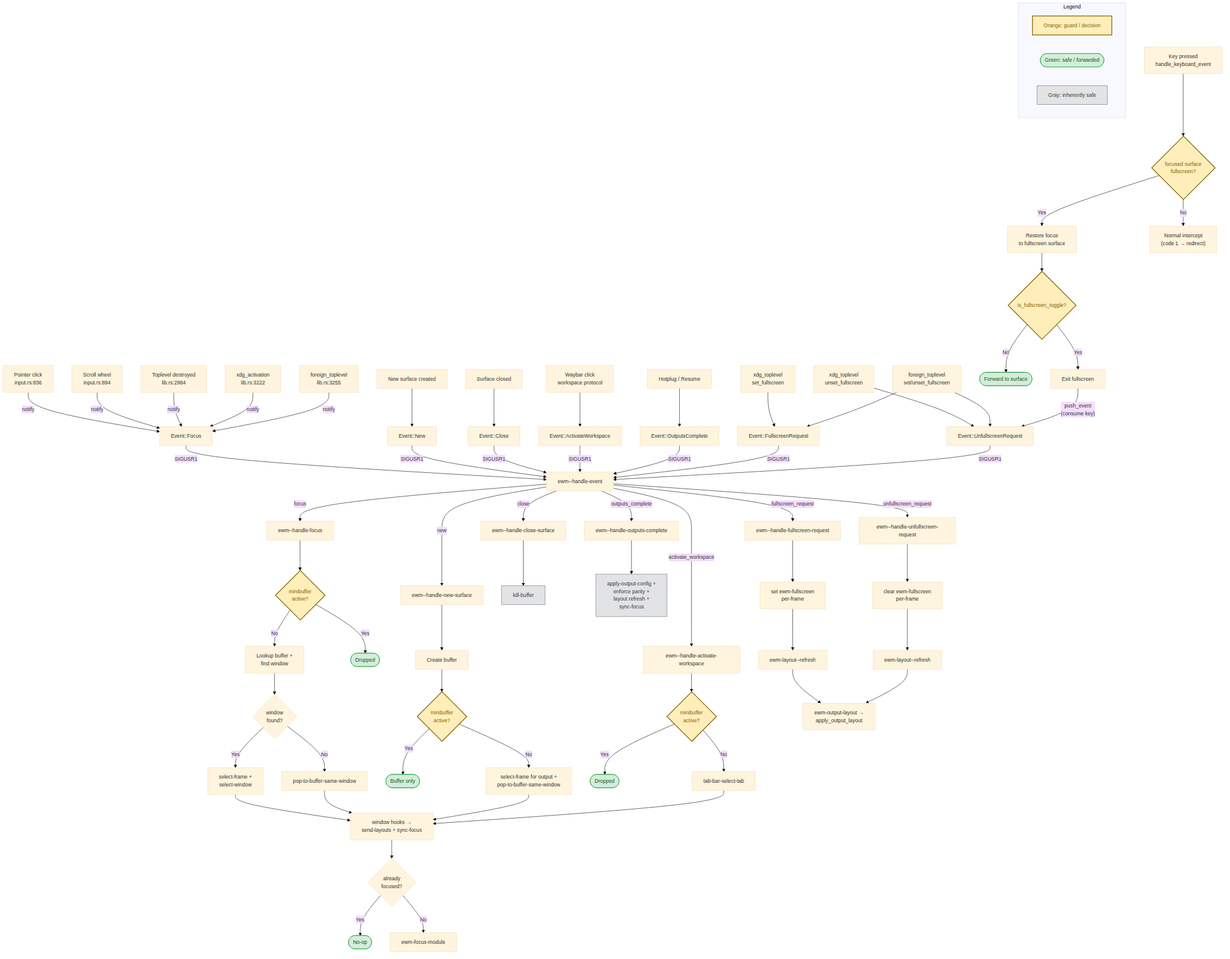
Above: docs/diagrams/refocus.png in ezemtsov/ewm (Mermaid), before the change. Its source is kept beside it as docs/diagrams/refocus.mmd.
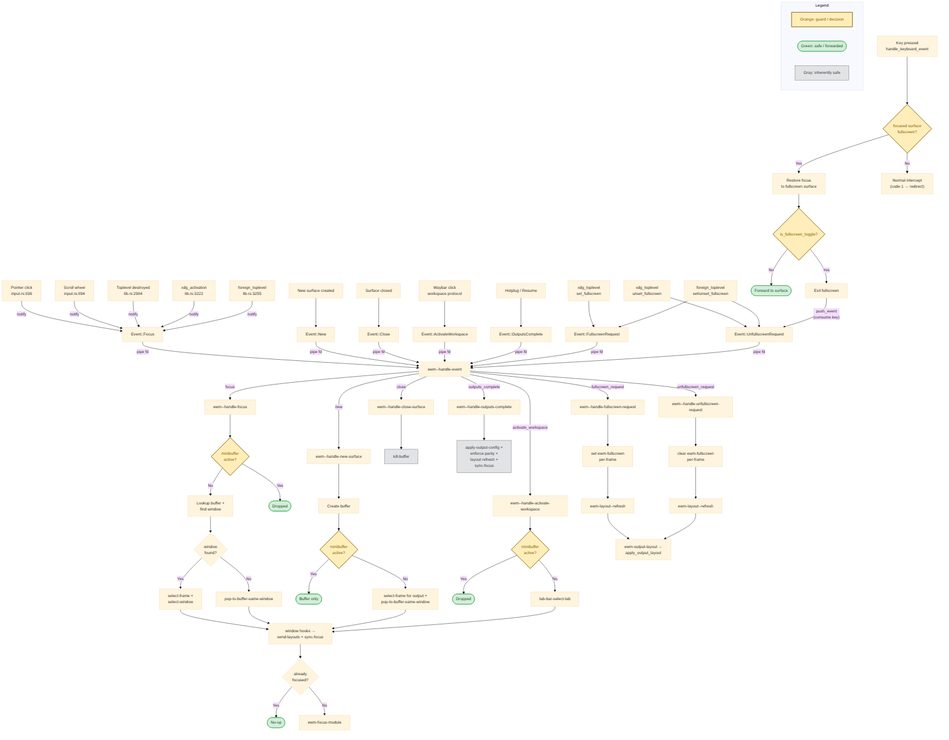
After the change.

Commit message:
docs: update event delivery references from SIGUSR1 to pipe fd

What changed in the source:
```diff
@@ -35,13 +35,13 @@
     foreign_fs --> fsev
     foreign_fs --> unfsev
 
-    focusev -->|SIGUSR1| dispatch
-    newev -->|SIGUSR1| dispatch
-    closeev -->|SIGUSR1| dispatch
-    wsev -->|SIGUSR1| dispatch
-    outev -->|SIGUSR1| dispatch
-    fsev -->|SIGUSR1| dispatch
-    unfsev -->|SIGUSR1| dispatch
+    focusev -->|pipe fd| dispatch
+    newev -->|pipe fd| dispatch
+    closeev -->|pipe fd| dispatch
+    wsev -->|pipe fd| dispatch
+    outev -->|pipe fd| dispatch
+    fsev -->|pipe fd| dispatch
+    unfsev -->|pipe fd| dispatch
 
     dispatch["ewm--handle-event"]
 
```
